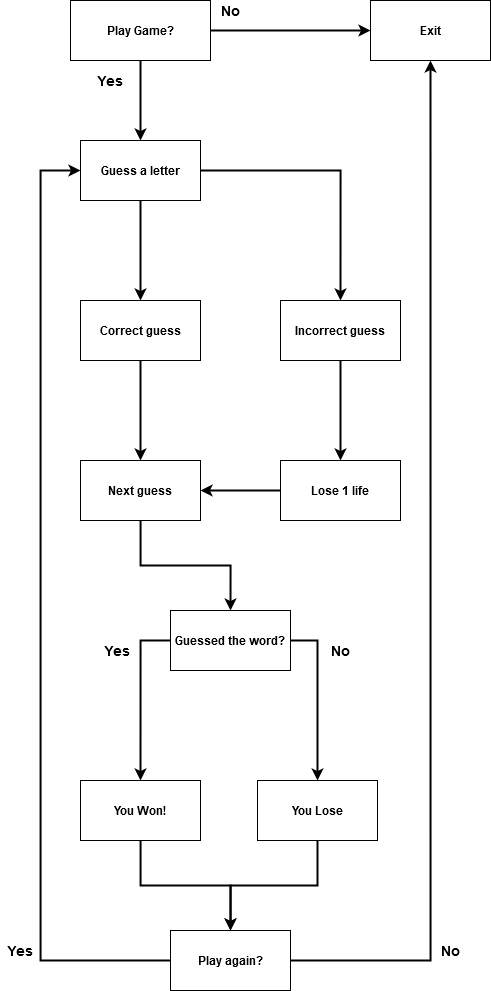
Earlier version of the draw.io export docs/Diagram.png (Anthonytilleke/Calendar-App). Source tidied: cells renumbered, new cells last; positions are measured from the earlier drawing's top-left corner, leaving out a move shared by most shapes.
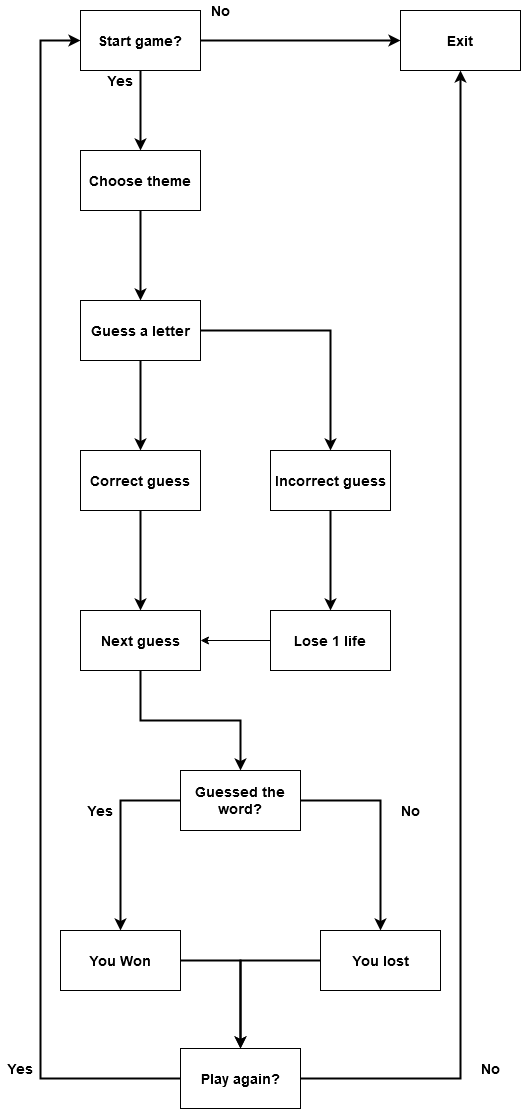
The same file after the commit.

Change to the diagram source:
```diff
@@ -2,112 +2,125 @@
   <root>
     <mxCell id="0" />
     <mxCell id="1" parent="0" />
-    <mxCell id="2" style="edgeStyle=orthogonalEdgeStyle;rounded=0;jettySize=auto;html=1;strokeWidth=2;" parent="1" edge="1" source="3">
-      <mxGeometry relative="1" as="geometry">
-        <mxPoint x="140" y="140" as="targetPoint" />
-      </mxGeometry>
-    </mxCell>
-    <mxCell id="3" value="&lt;b&gt;Play Game?&lt;/b&gt;" style="rounded=0;whiteSpace=wrap;html=1;" parent="1" vertex="1">
-      <mxGeometry x="70" width="140" height="60" as="geometry" />
-    </mxCell>
+    <mxCell id="33" style="edgeStyle=orthogonalEdgeStyle;rounded=0;jettySize=auto;html=1;strokeWidth=2;" parent="1" edge="1" source="35">
+      <mxGeometry relative="1" as="geometry">
+        <mxPoint x="430" y="30" as="targetPoint" />
+      </mxGeometry>
+    </mxCell>
+    <mxCell id="34" style="edgeStyle=orthogonalEdgeStyle;rounded=0;jettySize=auto;html=1;strokeWidth=2;" parent="1" edge="1" source="35">
+      <mxGeometry relative="1" as="geometry">
+        <mxPoint x="170" y="140" as="targetPoint" />
+      </mxGeometry>
+    </mxCell>
+    <mxCell id="35" value="&lt;div style=&quot;font-size: 14px&quot;&gt;&lt;b&gt;&lt;font style=&quot;font-size: 14px&quot;&gt;Start game?&lt;/font&gt;&lt;/b&gt;&lt;/div&gt;" style="rounded=0;whiteSpace=wrap;html=1;" parent="1" vertex="1">
+      <mxGeometry x="110" width="120" height="60" as="geometry" />
+    </mxCell>
+    <mxCell id="28" value="&lt;b&gt;&lt;font style=&quot;font-size: 14px&quot;&gt;Exit&lt;/font&gt;&lt;/b&gt;" style="rounded=0;whiteSpace=wrap;html=1;" parent="1" vertex="1">
+      <mxGeometry x="430" width="120" height="60" as="geometry" />
+    </mxCell>
+    <mxCell id="36" value="&lt;b&gt;&lt;font style=&quot;font-size: 14px&quot;&gt;No&lt;/font&gt;&lt;/b&gt;" style="text;html=1;strokeColor=none;fillColor=none;align=center;verticalAlign=middle;whiteSpace=wrap;rounded=0;" parent="1" vertex="1">
+      <mxGeometry x="230" y="-10" width="40" height="20" as="geometry" />
+    </mxCell>
+    <mxCell id="37" style="edgeStyle=orthogonalEdgeStyle;rounded=0;jettySize=auto;html=1;strokeWidth=2;" parent="1" edge="1" source="38">
+      <mxGeometry relative="1" as="geometry">
+        <mxPoint x="170" y="290" as="targetPoint" />
+      </mxGeometry>
+    </mxCell>
+    <mxCell id="38" value="&lt;b&gt;&lt;font style=&quot;font-size: 14px&quot;&gt;Choose theme&lt;/font&gt;&lt;/b&gt;" style="rounded=0;whiteSpace=wrap;html=1;" parent="1" vertex="1">
+      <mxGeometry x="110" y="140" width="120" height="60" as="geometry" />
+    </mxCell>
     <mxCell id="4" style="edgeStyle=orthogonalEdgeStyle;rounded=0;jettySize=auto;html=1;entryX=0.5;entryY=0;entryDx=0;entryDy=0;strokeWidth=2;" parent="1" edge="1" source="6" target="8">
       <mxGeometry relative="1" as="geometry" />
     </mxCell>
-    <mxCell id="5" style="edgeStyle=orthogonalEdgeStyle;rounded=0;jettySize=auto;html=1;entryX=0.5;entryY=0;entryDx=0;entryDy=0;strokeWidth=2;" parent="1" edge="1" source="6" target="10">
+    <mxCell id="5" style="edgeStyle=orthogonalEdgeStyle;rounded=0;jettySize=auto;html=1;strokeWidth=2;" parent="1" edge="1" source="6" target="10">
       <mxGeometry relative="1" as="geometry" />
     </mxCell>
-    <mxCell id="6" value="&lt;b&gt;Guess a letter&lt;/b&gt;" style="rounded=0;whiteSpace=wrap;html=1;" parent="1" vertex="1">
-      <mxGeometry x="80" y="140" width="120" height="60" as="geometry" />
+    <mxCell id="6" value="&lt;b&gt;&lt;font style=&quot;font-size: 14px&quot;&gt;Guess a letter&lt;/font&gt;&lt;/b&gt;" style="rounded=0;whiteSpace=wrap;html=1;" parent="1" vertex="1">
+      <mxGeometry x="110" y="290" width="120" height="60" as="geometry" />
     </mxCell>
-    <mxCell id="7" style="edgeStyle=orthogonalEdgeStyle;rounded=0;jettySize=auto;html=1;strokeWidth=2;" parent="1" edge="1" source="8" target="12">
-      <mxGeometry relative="1" as="geometry" />
-    </mxCell>
+    <mxCell id="39" style="edgeStyle=orthogonalEdgeStyle;rounded=0;jettySize=auto;html=1;strokeWidth=2;" parent="1" edge="1" source="8">
+      <mxGeometry relative="1" as="geometry">
+        <mxPoint x="170" y="600" as="targetPoint" />
+      </mxGeometry>
+    </mxCell>
-    <mxCell id="8" value="&lt;b&gt;Correct guess&lt;/b&gt;" style="rounded=0;whiteSpace=wrap;html=1;" parent="1" vertex="1">
-      <mxGeometry x="80" y="300" width="120" height="60" as="geometry" />
+    <mxCell id="8" value="&lt;b&gt;&lt;font style=&quot;font-size: 14px&quot;&gt;Correct guess&lt;/font&gt;&lt;/b&gt;" style="rounded=0;whiteSpace=wrap;html=1;" parent="1" vertex="1">
+      <mxGeometry x="110" y="440" width="120" height="60" as="geometry" />
     </mxCell>
     <mxCell id="9" style="edgeStyle=orthogonalEdgeStyle;rounded=0;jettySize=auto;html=1;entryX=0.5;entryY=0;entryDx=0;entryDy=0;strokeWidth=2;" parent="1" edge="1" source="10" target="14">
       <mxGeometry relative="1" as="geometry" />
     </mxCell>
-    <mxCell id="10" value="&lt;b&gt;Incorrect guess&lt;/b&gt;" style="rounded=0;whiteSpace=wrap;html=1;" parent="1" vertex="1">
-      <mxGeometry x="280" y="300" width="120" height="60" as="geometry" />
+    <mxCell id="10" value="&lt;b&gt;&lt;font style=&quot;font-size: 14px&quot;&gt;Incorrect guess&lt;/font&gt;&lt;/b&gt;" style="rounded=0;whiteSpace=wrap;html=1;" parent="1" vertex="1">
+      <mxGeometry x="300" y="440" width="120" height="60" as="geometry" />
     </mxCell>
-    <mxCell id="11" style="edgeStyle=orthogonalEdgeStyle;rounded=0;jettySize=auto;html=1;entryX=0.5;entryY=0;entryDx=0;entryDy=0;strokeWidth=2;" parent="1" edge="1" source="12" target="17">
+    <mxCell id="11" style="edgeStyle=orthogonalEdgeStyle;rounded=0;jettySize=auto;html=1;exitX=0.5;exitY=1;exitDx=0;exitDy=0;entryX=0.5;entryY=0;entryDx=0;entryDy=0;strokeWidth=2;" parent="1" edge="1" source="12" target="17">
       <mxGeometry relative="1" as="geometry" />
     </mxCell>
-    <mxCell id="12" value="&lt;b&gt;Next guess&lt;/b&gt;" style="rounded=0;whiteSpace=wrap;html=1;" parent="1" vertex="1">
-      <mxGeometry x="80" y="460" width="120" height="60" as="geometry" />
+    <mxCell id="12" value="&lt;b&gt;&lt;font style=&quot;font-size: 14px&quot;&gt;Next guess&lt;/font&gt;&lt;/b&gt;" style="rounded=0;whiteSpace=wrap;html=1;" parent="1" vertex="1">
+      <mxGeometry x="110" y="600" width="120" height="60" as="geometry" />
     </mxCell>
-    <mxCell id="13" style="edgeStyle=orthogonalEdgeStyle;rounded=0;jettySize=auto;html=1;entryX=1;entryY=0.5;entryDx=0;entryDy=0;strokeWidth=2;" parent="1" edge="1" source="14" target="12">
+    <mxCell id="13" style="edgeStyle=orthogonalEdgeStyle;rounded=0;jettySize=auto;html=1;entryX=1;entryY=0.5;entryDx=0;entryDy=0;" parent="1" edge="1" source="14" target="12">
       <mxGeometry relative="1" as="geometry" />
     </mxCell>
-    <mxCell id="14" value="&lt;b&gt;Lose 1 life&lt;/b&gt;" style="rounded=0;whiteSpace=wrap;html=1;" parent="1" vertex="1">
-      <mxGeometry x="280" y="460" width="120" height="60" as="geometry" />
+    <mxCell id="14" value="&lt;b&gt;&lt;font style=&quot;font-size: 14px&quot;&gt;Lose 1 life&lt;/font&gt;&lt;/b&gt;" style="rounded=0;whiteSpace=wrap;html=1;" parent="1" vertex="1">
+      <mxGeometry x="300" y="600" width="120" height="60" as="geometry" />
     </mxCell>
-    <mxCell id="15" style="edgeStyle=orthogonalEdgeStyle;rounded=0;jettySize=auto;html=1;strokeWidth=2;" parent="1" edge="1" source="17">
-      <mxGeometry relative="1" as="geometry">
-        <mxPoint x="140" y="780" as="targetPoint" />
-      </mxGeometry>
-    </mxCell>
-    <mxCell id="16" style="edgeStyle=orthogonalEdgeStyle;rounded=0;jettySize=auto;html=1;entryX=0.5;entryY=0;entryDx=0;entryDy=0;strokeWidth=2;" parent="1" edge="1" source="17">
-      <mxGeometry relative="1" as="geometry">
-        <mxPoint x="317" y="780" as="targetPoint" />
-        <Array as="points">
-          <mxPoint x="317" y="640" />
-        </Array>
-      </mxGeometry>
-    </mxCell>
+    <mxCell id="40" style="edgeStyle=orthogonalEdgeStyle;rounded=0;jettySize=auto;html=1;strokeWidth=2;" parent="1" edge="1" source="17">
+      <mxGeometry relative="1" as="geometry">
+        <mxPoint x="150" y="920" as="targetPoint" />
+      </mxGeometry>
+    </mxCell>
+    <mxCell id="41" style="edgeStyle=orthogonalEdgeStyle;rounded=0;jettySize=auto;html=1;strokeWidth=2;" parent="1" edge="1" source="17">
+      <mxGeometry relative="1" as="geometry">
+        <mxPoint x="410" y="920" as="targetPoint" />
+      </mxGeometry>
+    </mxCell>
-    <mxCell id="17" value="&lt;b&gt;Guessed the word?&lt;/b&gt;" style="rounded=0;whiteSpace=wrap;html=1;" parent="1" vertex="1">
-      <mxGeometry x="170" y="610" width="120" height="60" as="geometry" />
+    <mxCell id="17" value="&lt;b&gt;&lt;font style=&quot;font-size: 14px&quot;&gt;Guessed the word?&lt;/font&gt;&lt;/b&gt;" style="rounded=0;whiteSpace=wrap;html=1;" parent="1" vertex="1">
+      <mxGeometry x="210" y="760" width="120" height="60" as="geometry" />
     </mxCell>
-    <mxCell id="18" value="&lt;font style=&quot;font-size: 14px&quot;&gt;&lt;b&gt;&lt;font style=&quot;font-size: 14px&quot;&gt;No&lt;/font&gt;&lt;/b&gt;&lt;/font&gt;" style="text;html=1;strokeColor=none;fillColor=none;align=center;verticalAlign=middle;whiteSpace=wrap;rounded=0;" parent="1" vertex="1">
-      <mxGeometry x="210" width="40" height="20" as="geometry" />
-    </mxCell>
-    <mxCell id="19" value="&lt;b&gt;&lt;font style=&quot;font-size: 14px&quot;&gt;Yes&lt;/font&gt;&lt;/b&gt;" style="text;html=1;strokeColor=none;fillColor=none;align=center;verticalAlign=middle;whiteSpace=wrap;rounded=0;" parent="1" vertex="1">
-      <mxGeometry x="90" y="70" width="40" height="20" as="geometry" />
-    </mxCell>
-    <mxCell id="20" style="edgeStyle=orthogonalEdgeStyle;rounded=0;jettySize=auto;html=1;strokeWidth=2;" parent="1" edge="1" source="21" target="26">
-      <mxGeometry relative="1" as="geometry" />
-    </mxCell>
-    <mxCell id="21" value="&lt;b&gt;You Won!&lt;/b&gt;" style="rounded=0;whiteSpace=wrap;html=1;" parent="1" vertex="1">
-      <mxGeometry x="80" y="780" width="120" height="60" as="geometry" />
-    </mxCell>
-    <mxCell id="22" style="edgeStyle=orthogonalEdgeStyle;rounded=0;jettySize=auto;html=1;entryX=0.5;entryY=0;entryDx=0;entryDy=0;strokeWidth=2;" parent="1" edge="1" source="23" target="26">
-      <mxGeometry relative="1" as="geometry" />
-    </mxCell>
-    <mxCell id="23" value="&lt;b&gt;You Lose&lt;/b&gt;" style="rounded=0;whiteSpace=wrap;html=1;" parent="1" vertex="1">
-      <mxGeometry x="257" y="780" width="120" height="60" as="geometry" />
-    </mxCell>
+    <mxCell id="42" style="edgeStyle=orthogonalEdgeStyle;rounded=0;jettySize=auto;html=1;entryX=0.5;entryY=0;entryDx=0;entryDy=0;strokeWidth=2;" parent="1" edge="1" source="43" target="26">
+      <mxGeometry relative="1" as="geometry">
+        <Array as="points">
+          <mxPoint x="270" y="950" />
+        </Array>
+      </mxGeometry>
+    </mxCell>
+    <mxCell id="43" value="&lt;font style=&quot;font-size: 14px&quot;&gt;&lt;b&gt;You Won&lt;/b&gt;&lt;/font&gt;" style="rounded=0;whiteSpace=wrap;html=1;" parent="1" vertex="1">
+      <mxGeometry x="90" y="920" width="120" height="60" as="geometry" />
+    </mxCell>
+    <mxCell id="44" style="edgeStyle=orthogonalEdgeStyle;rounded=0;jettySize=auto;html=1;entryX=0.5;entryY=0;entryDx=0;entryDy=0;strokeWidth=2;" parent="1" edge="1" source="45" target="26">
+      <mxGeometry relative="1" as="geometry" />
+    </mxCell>
+    <mxCell id="45" value="&lt;font style=&quot;font-size: 14px&quot;&gt;&lt;b&gt;You lost&lt;/b&gt;&lt;/font&gt;" style="rounded=0;whiteSpace=wrap;html=1;" parent="1" vertex="1">
+      <mxGeometry x="350" y="920" width="120" height="60" as="geometry" />
+    </mxCell>
-    <mxCell id="24" style="edgeStyle=orthogonalEdgeStyle;rounded=0;jettySize=auto;html=1;exitX=1;exitY=0.5;exitDx=0;exitDy=0;entryX=0.5;entryY=1;entryDx=0;entryDy=0;strokeWidth=2;" parent="1" edge="1" source="26" target="28">
+    <mxCell id="24" style="edgeStyle=orthogonalEdgeStyle;rounded=0;jettySize=auto;html=1;strokeWidth=2;" parent="1" edge="1" source="26" target="28">
       <mxGeometry relative="1" as="geometry" />
     </mxCell>
-    <mxCell id="25" style="edgeStyle=orthogonalEdgeStyle;rounded=0;jettySize=auto;html=1;entryX=0;entryY=0.5;entryDx=0;entryDy=0;strokeWidth=2;" parent="1" edge="1" source="26" target="6">
-      <mxGeometry relative="1" as="geometry">
-        <Array as="points">
-          <mxPoint x="40" y="960" />
-          <mxPoint x="40" y="170" />
-        </Array>
-      </mxGeometry>
-    </mxCell>
+    <mxCell id="46" style="edgeStyle=orthogonalEdgeStyle;rounded=0;jettySize=auto;html=1;entryX=0;entryY=0.5;entryDx=0;entryDy=0;strokeWidth=2;" parent="1" edge="1" source="26" target="35">
+      <mxGeometry relative="1" as="geometry">
+        <Array as="points">
+          <mxPoint x="70" y="1068" />
+          <mxPoint x="70" y="30" />
+        </Array>
+      </mxGeometry>
+    </mxCell>
-    <mxCell id="26" value="&lt;b&gt;Play again?&lt;/b&gt;" style="rounded=0;whiteSpace=wrap;html=1;" parent="1" vertex="1">
-      <mxGeometry x="170" y="930" width="120" height="60" as="geometry" />
+    <mxCell id="26" value="&lt;div style=&quot;font-size: 14px&quot;&gt;&lt;font style=&quot;font-size: 14px&quot;&gt;&lt;b&gt;&lt;font style=&quot;font-size: 14px&quot;&gt;Play again?&lt;/font&gt;&lt;/b&gt;&lt;/font&gt;&lt;/div&gt;" style="rounded=0;whiteSpace=wrap;html=1;" parent="1" vertex="1">
+      <mxGeometry x="210" y="1038" width="120" height="60" as="geometry" />
     </mxCell>
-    <mxCell id="27" value="&lt;font size=&quot;1&quot;&gt;&lt;b style=&quot;font-size: 14px&quot;&gt;No&lt;/b&gt;&lt;/font&gt;" style="text;html=1;strokeColor=none;fillColor=none;align=center;verticalAlign=middle;whiteSpace=wrap;rounded=0;" parent="1" vertex="1">
-      <mxGeometry x="430" y="940" width="40" height="20" as="geometry" />
-    </mxCell>
-    <mxCell id="28" value="&lt;b&gt;Exit&lt;/b&gt;" style="rounded=0;whiteSpace=wrap;html=1;" parent="1" vertex="1">
-      <mxGeometry x="370" width="120" height="60" as="geometry" />
-    </mxCell>
-    <mxCell id="29" style="edgeStyle=orthogonalEdgeStyle;rounded=0;jettySize=auto;html=1;strokeWidth=2;" parent="1" edge="1" source="3" target="28">
-      <mxGeometry relative="1" as="geometry" />
-    </mxCell>
-    <mxCell id="30" value="&lt;font style=&quot;font-size: 14px&quot;&gt;&lt;b&gt;Yes&lt;/b&gt;&lt;/font&gt;" style="text;html=1;strokeColor=none;fillColor=none;align=center;verticalAlign=middle;whiteSpace=wrap;rounded=0;" parent="1" vertex="1">
-      <mxGeometry x="97" y="640" width="40" height="20" as="geometry" />
-    </mxCell>
-    <mxCell id="31" value="&lt;font size=&quot;1&quot;&gt;&lt;b style=&quot;font-size: 14px&quot;&gt;No&lt;/b&gt;&lt;/font&gt;" style="text;html=1;strokeColor=none;fillColor=none;align=center;verticalAlign=middle;whiteSpace=wrap;rounded=0;" parent="1" vertex="1">
-      <mxGeometry x="320" y="640" width="40" height="20" as="geometry" />
-    </mxCell>
-    <mxCell id="32" value="&lt;font size=&quot;1&quot;&gt;&lt;b style=&quot;font-size: 14px&quot;&gt;Yes&lt;/b&gt;&lt;/font&gt;" style="text;html=1;strokeColor=none;fillColor=none;align=center;verticalAlign=middle;whiteSpace=wrap;rounded=0;" parent="1" vertex="1">
-      <mxGeometry y="940" width="40" height="20" as="geometry" />
-    </mxCell>
+    <mxCell id="47" value="&lt;b&gt;&lt;font style=&quot;font-size: 14px&quot;&gt;Yes&lt;/font&gt;&lt;/b&gt;" style="text;html=1;strokeColor=none;fillColor=none;align=center;verticalAlign=middle;whiteSpace=wrap;rounded=0;" parent="1" vertex="1">
+      <mxGeometry x="30" y="1048" width="40" height="20" as="geometry" />
+    </mxCell>
+    <mxCell id="48" value="&lt;b&gt;&lt;font style=&quot;font-size: 14px&quot;&gt;No&lt;/font&gt;&lt;/b&gt;" style="text;html=1;strokeColor=none;fillColor=none;align=center;verticalAlign=middle;whiteSpace=wrap;rounded=0;" parent="1" vertex="1">
+      <mxGeometry x="500" y="1048" width="40" height="20" as="geometry" />
+    </mxCell>
+    <mxCell id="49" value="&lt;b&gt;&lt;font style=&quot;font-size: 14px&quot;&gt;Yes&lt;/font&gt;&lt;/b&gt;" style="text;html=1;strokeColor=none;fillColor=none;align=center;verticalAlign=middle;whiteSpace=wrap;rounded=0;" parent="1" vertex="1">
+      <mxGeometry x="130" y="60" width="40" height="20" as="geometry" />
+    </mxCell>
+    <mxCell id="50" value="&lt;b&gt;&lt;font style=&quot;font-size: 14px&quot;&gt;Yes&lt;/font&gt;&lt;/b&gt;" style="text;html=1;strokeColor=none;fillColor=none;align=center;verticalAlign=middle;whiteSpace=wrap;rounded=0;" parent="1" vertex="1">
+      <mxGeometry x="110" y="790" width="40" height="20" as="geometry" />
+    </mxCell>
+    <mxCell id="51" value="&lt;b&gt;&lt;font style=&quot;font-size: 14px&quot;&gt;No&lt;/font&gt;&lt;/b&gt;" style="text;html=1;strokeColor=none;fillColor=none;align=center;verticalAlign=middle;whiteSpace=wrap;rounded=0;" parent="1" vertex="1">
+      <mxGeometry x="420" y="790" width="40" height="20" as="geometry" />
+    </mxCell>
   </root>
 </mxGraphModel>
```
